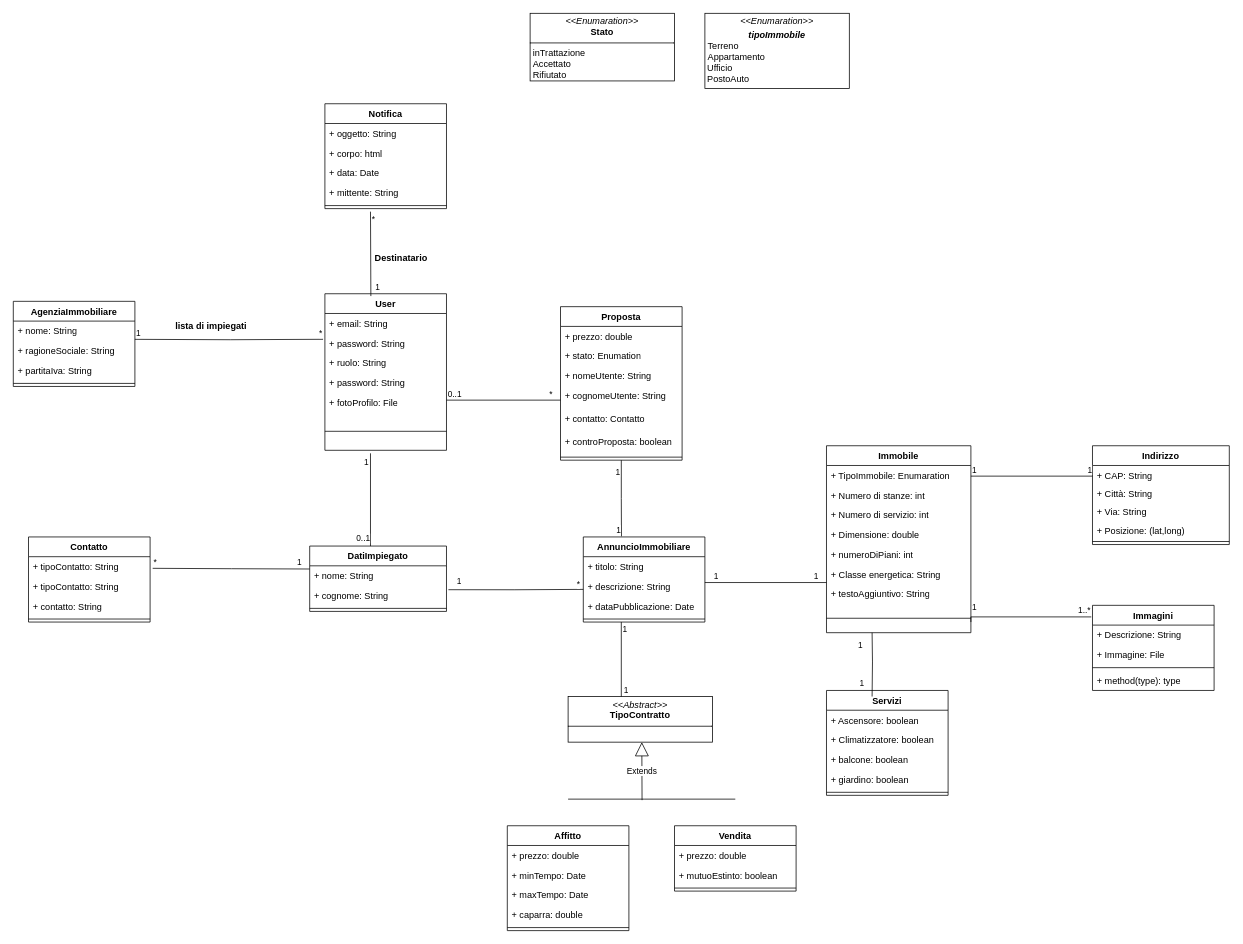
Above: diagrammi/diagramma delle classi.drawio in Sperob98/Documentazione-DietiEstates25 (draw.io), before the change. Source tidied: cells renumbered, new cells numbered last; positions are measured from the earlier drawing's top-left corner, leaving out a move shared by most shapes. Both pictures are drawn from the tidied source at 76%, with x=0, y=0 at pixel (13, 13).
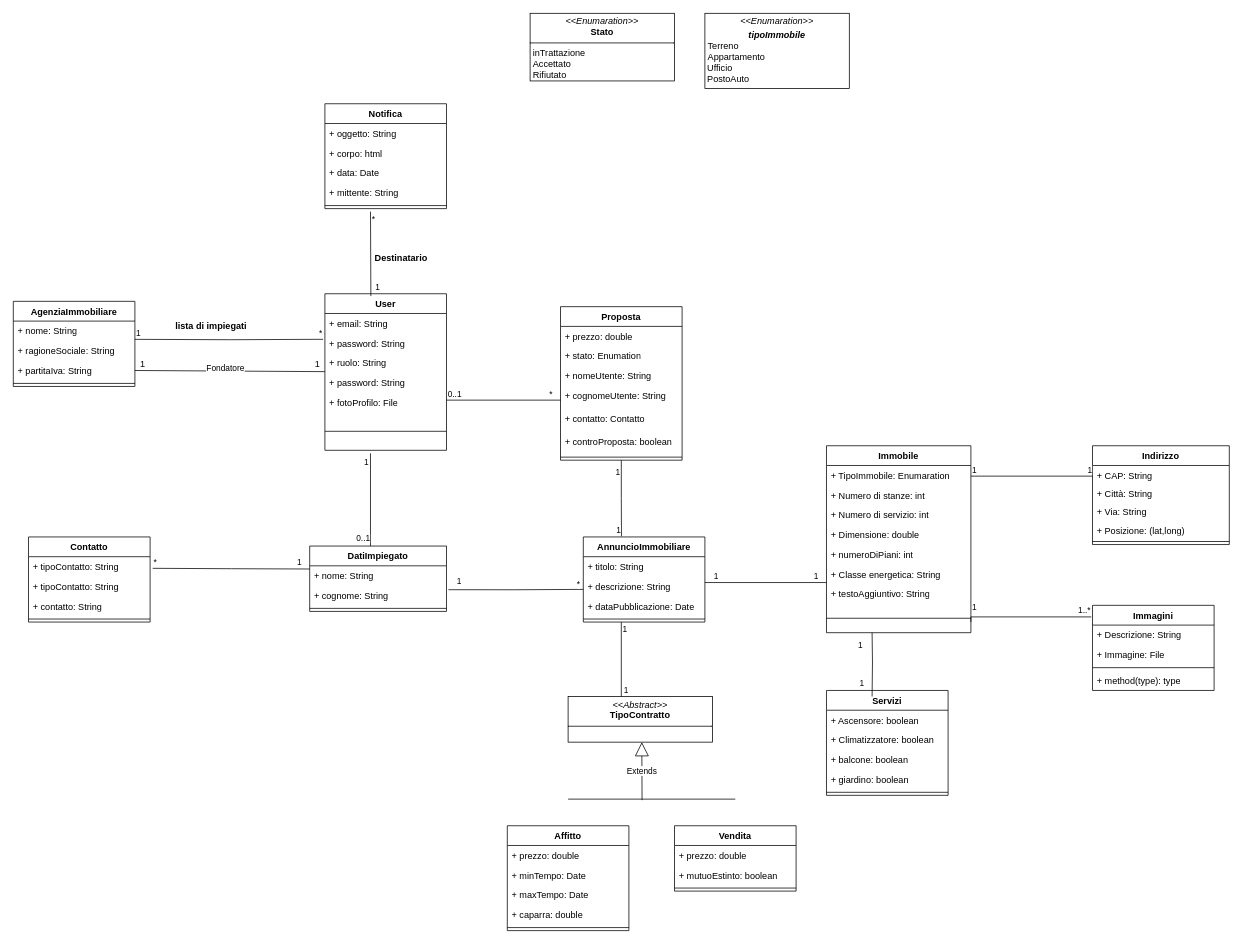
Above is the later version.

Unchanged cells that the change refers to:
```xml
<mxCell id="39" value="+ partitaIva: String" style="text;strokeColor=none;fillColor=none;align=left;verticalAlign=top;spacingLeft=4;spacingRight=4;overflow=hidden;points=[[0,0.5],[1,0.5]];portConstraint=eastwest;whiteSpace=wrap;html=1;" parent="36" vertex="1">
  <mxGeometry y="78" width="160" height="26" as="geometry" />
</mxCell>
<mxCell id="41" value="User" style="swimlane;fontStyle=1;align=center;verticalAlign=top;horizontal=1;startSize=26;whiteSpace=wrap;html=1;" parent="1" vertex="1">
  <mxGeometry x="410" y="369" width="160" height="206" as="geometry" />
</mxCell>
```

The edit, as a diff of the source:
```diff
@@
+    <mxCell id="122" style="endArrow=none;html=1;rounded=0;entryX=1;entryY=0.5;entryDx=0;entryDy=0;" parent="1" edge="1" source="41" target="39">
+      <mxGeometry relative="1" as="geometry" />
+    </mxCell>
+    <mxCell id="123" value="Fondatore&lt;div&gt;&lt;br&gt;&lt;/div&gt;" style="edgeLabel;html=1;align=center;verticalAlign=middle;" parent="122" vertex="1">
+      <mxGeometry x="-0.66" y="3" relative="1" as="geometry">
+        <mxPoint x="-88" y="-1" as="offset" />
+      </mxGeometry>
+    </mxCell>
+    <mxCell id="124" value="1" style="text;html=1;align=center;verticalAlign=middle;strokeColor=none;fillColor=none;" parent="1" vertex="1">
+      <mxGeometry x="155" y="447" width="30" height="30" as="geometry" />
+    </mxCell>
+    <mxCell id="125" value="1" style="text;html=1;align=center;verticalAlign=middle;strokeColor=none;fillColor=none;" parent="1" vertex="1">
+      <mxGeometry x="385" y="447" width="30" height="30" as="geometry" />
+    </mxCell>
```
